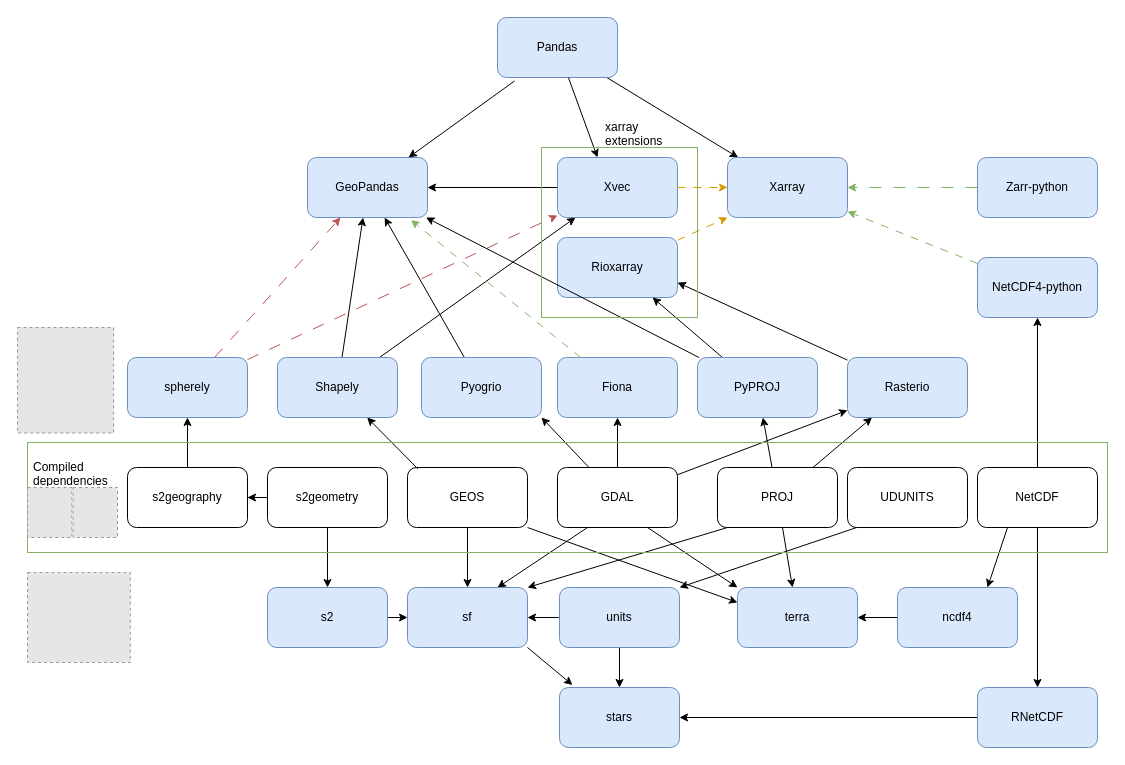
This is geopythonR.drawio from edzer/sdsl, a draw.io file, before an edit. Source tidied: cells renumbered, new cells numbered last; positions are measured from the earlier drawing's top-left corner, leaving out a move shared by most shapes. Both pictures are drawn from the tidied source at 100%, with x=0, y=0 at pixel (17, 17). Pictures stored in the file or linked from it are replaced by grey dashed boxes.
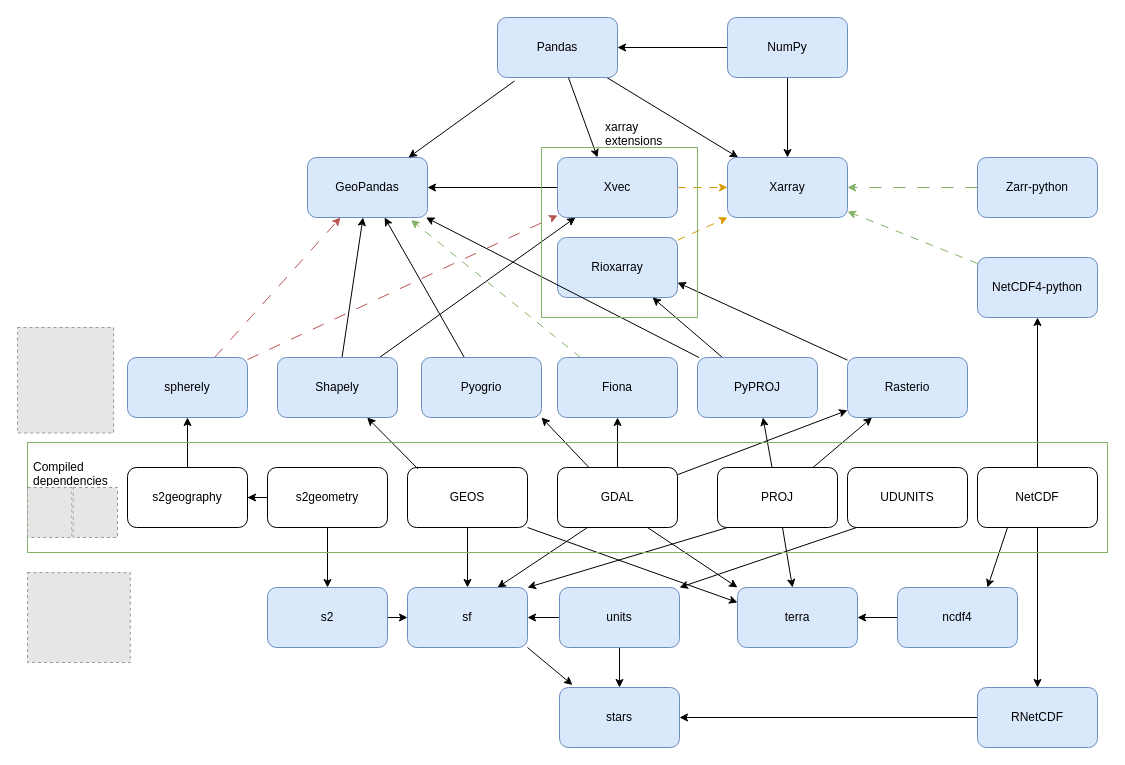
Above is the later version.

Unchanged cells that the change refers to:
```xml
<mxCell id="25" value="Pandas" style="rounded=1;whiteSpace=wrap;html=1;fillColor=#dae8fc;strokeColor=#6c8ebf;" parent="1" vertex="1">
  <mxGeometry x="480" width="120" height="60" as="geometry" />
</mxCell>
<mxCell id="26" value="Xarray" style="rounded=1;whiteSpace=wrap;html=1;fillColor=#dae8fc;strokeColor=#6c8ebf;" parent="1" vertex="1">
  <mxGeometry x="710" y="140" width="120" height="60" as="geometry" />
</mxCell>
```

Diff of the diagram source:
```diff
@@
+    <mxCell id="79" style="rounded=0;jettySize=auto;html=1;" parent="1" edge="1" source="81" target="26">
+      <mxGeometry relative="1" as="geometry" />
+    </mxCell>
+    <mxCell id="80" style="edgeStyle=orthogonalEdgeStyle;rounded=0;jettySize=auto;html=1;" parent="1" edge="1" source="81" target="25">
+      <mxGeometry relative="1" as="geometry" />
+    </mxCell>
+    <mxCell id="81" value="NumPy" style="rounded=1;whiteSpace=wrap;html=1;fillColor=#dae8fc;strokeColor=#6c8ebf;" parent="1" vertex="1">
+      <mxGeometry x="710" width="120" height="60" as="geometry" />
+    </mxCell>
```
